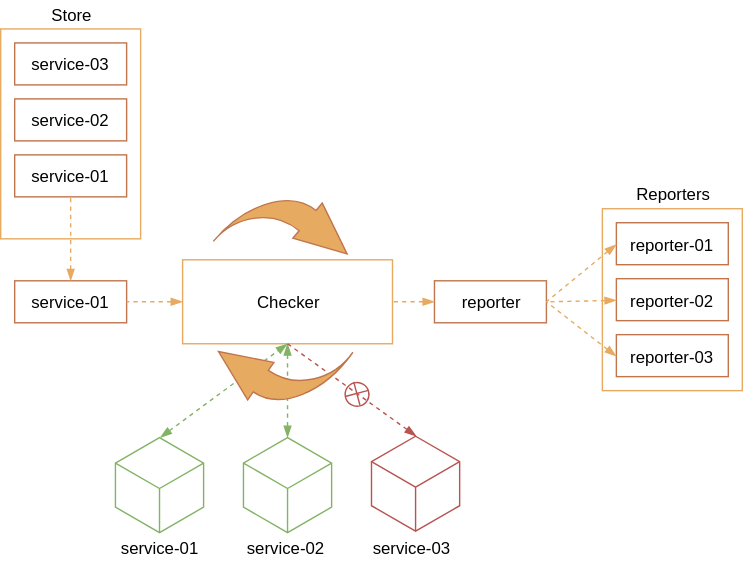
The draw.io diagram website/static/img/overview.svg in dani8art/hygeia-js, before a commit. Source tidied: cells renumbered, new cells last; positions are measured from the earlier drawing's top-left corner, leaving out a move shared by most shapes. Source of this version:
```xml
<mxGraphModel>
  <root>
    <mxCell id="0" />
    <mxCell id="1" parent="0" />
    <mxCell id="2" style="rounded=0;whiteSpace=wrap;html=1;strokeColor=#E7AA61;fillColor=none;fontColor=#000000;" parent="1" vertex="1">
      <mxGeometry y="20" width="100" height="150" as="geometry" />
    </mxCell>
    <mxCell id="3" value="service-03" style="rounded=0;whiteSpace=wrap;html=1;strokeColor=#C0754C;fillColor=none;fontColor=#000000;" parent="1" vertex="1">
      <mxGeometry x="10" y="30" width="80" height="30" as="geometry" />
    </mxCell>
    <mxCell id="4" value="service-02" style="rounded=0;whiteSpace=wrap;html=1;strokeColor=#C0754C;fillColor=none;fontColor=#000000;" parent="1" vertex="1">
      <mxGeometry x="10" y="70" width="80" height="30" as="geometry" />
    </mxCell>
    <mxCell id="5" value="service-01" style="rounded=0;whiteSpace=wrap;html=1;strokeColor=#C0754C;fillColor=none;fontColor=#000000;" parent="1" vertex="1">
      <mxGeometry x="10" y="110" width="80" height="30" as="geometry" />
    </mxCell>
    <mxCell id="6" value="service-01" style="rounded=0;whiteSpace=wrap;html=1;strokeColor=#C0754C;fillColor=none;fontColor=#000000;" parent="1" vertex="1">
      <mxGeometry x="10" y="200" width="80" height="30" as="geometry" />
    </mxCell>
    <mxCell id="7" style="endArrow=none;dashed=1;html=1;fontColor=#000000;entryX=0.5;entryY=1;entryDx=0;entryDy=0;strokeColor=#E7AA61;startArrow=blockThin;startFill=1;" parent="1" edge="1" source="6" target="5">
      <mxGeometry relative="1" as="geometry" />
    </mxCell>
    <mxCell id="8" value="Checker" style="rounded=0;whiteSpace=wrap;html=1;strokeColor=#E7AA61;fillColor=none;fontColor=#000000;rotation=0;" parent="1" vertex="1">
      <mxGeometry x="130" y="185" width="150" height="60" as="geometry" />
    </mxCell>
    <mxCell id="9" style="endArrow=none;dashed=1;html=1;fontColor=#000000;entryX=1;entryY=0.5;entryDx=0;entryDy=0;strokeColor=#E7AA61;startArrow=blockThin;startFill=1;exitX=0;exitY=0.5;exitDx=0;exitDy=0;" parent="1" edge="1" source="8" target="6">
      <mxGeometry relative="1" as="geometry" />
    </mxCell>
    <mxCell id="10" style="html=1;shadow=0;dashed=0;align=center;verticalAlign=middle;shape=mxgraph.arrows2.jumpInArrow;dy=9.4;dx=36.89;arrowHead=32.71;strokeColor=#C0754C;fillColor=#E7AA61;fontColor=#000000;rotation=40;" parent="1" vertex="1">
      <mxGeometry x="165.5" y="134.5" width="79" height="71" as="geometry" />
    </mxCell>
    <mxCell id="11" style="html=1;whiteSpace=wrap;shape=isoCube;backgroundOutline=1;strokeColor=#82b366;fillColor=none;" parent="1" vertex="1">
      <mxGeometry x="82" y="311" width="63" height="70" as="geometry" />
    </mxCell>
    <mxCell id="12" style="html=1;whiteSpace=wrap;shape=isoCube;backgroundOutline=1;strokeColor=#82b366;fillColor=none;" parent="1" vertex="1">
      <mxGeometry x="173.5" y="311" width="63" height="70" as="geometry" />
    </mxCell>
    <mxCell id="13" style="html=1;whiteSpace=wrap;shape=isoCube;backgroundOutline=1;strokeColor=#b85450;fillColor=none;" parent="1" vertex="1">
      <mxGeometry x="265" y="310" width="63" height="70" as="geometry" />
    </mxCell>
    <mxCell id="14" style="endArrow=blockThin;dashed=1;html=1;fontColor=#000000;strokeColor=#82b366;startArrow=blockThin;startFill=1;entryX=0.5;entryY=1;entryDx=0;entryDy=0;exitX=0;exitY=0;exitDx=31.5;exitDy=1.0634665205267897;exitPerimeter=0;fillColor=#d5e8d4;endFill=1;" parent="1" edge="1" source="11" target="8">
      <mxGeometry relative="1" as="geometry" />
    </mxCell>
    <mxCell id="15" style="endArrow=blockThin;dashed=1;html=1;fontColor=#000000;strokeColor=#82b366;startArrow=blockThin;startFill=1;exitX=0;exitY=0;exitDx=31.5;exitDy=1.0634665205267897;exitPerimeter=0;entryX=0.5;entryY=1;entryDx=0;entryDy=0;fillColor=#d5e8d4;endFill=1;" parent="1" edge="1" source="12" target="8">
      <mxGeometry relative="1" as="geometry" />
    </mxCell>
    <mxCell id="16" style="endArrow=none;dashed=1;html=1;fontColor=#000000;strokeColor=#b85450;startArrow=blockThin;startFill=1;exitX=0;exitY=0;exitDx=31.5;exitDy=1.0634665205267897;exitPerimeter=0;entryX=0.5;entryY=1;entryDx=0;entryDy=0;fillColor=#f8cecc;" parent="1" edge="1" source="13" target="8">
      <mxGeometry relative="1" as="geometry" />
    </mxCell>
    <mxCell id="17" value="service-01" style="text;html=1;strokeColor=none;fillColor=none;align=center;verticalAlign=middle;whiteSpace=wrap;rounded=0;fontColor=#000000;" parent="1" vertex="1">
      <mxGeometry x="73.5" y="381" width="80" height="20" as="geometry" />
    </mxCell>
    <mxCell id="18" value="service-02" style="text;html=1;strokeColor=none;fillColor=none;align=center;verticalAlign=middle;whiteSpace=wrap;rounded=0;fontColor=#000000;" parent="1" vertex="1">
      <mxGeometry x="163.5" y="381" width="80" height="20" as="geometry" />
    </mxCell>
    <mxCell id="19" value="service-03" style="text;html=1;strokeColor=none;fillColor=none;align=center;verticalAlign=middle;whiteSpace=wrap;rounded=0;fontColor=#000000;" parent="1" vertex="1">
      <mxGeometry x="253.5" y="381" width="80" height="20" as="geometry" />
    </mxCell>
    <mxCell id="20" style="html=1;shadow=0;dashed=0;align=center;verticalAlign=middle;shape=mxgraph.arrows2.jumpInArrow;dy=9.4;dx=36.89;arrowHead=32.71;strokeColor=#C0754C;fillColor=#E7AA61;fontColor=#000000;rotation=-145;" parent="1" vertex="1">
      <mxGeometry x="159.5" y="222" width="79" height="71" as="geometry" />
    </mxCell>
    <mxCell id="21" value="Store" style="text;html=1;strokeColor=none;fillColor=none;align=center;verticalAlign=middle;whiteSpace=wrap;rounded=0;fontColor=#000000;" parent="1" vertex="1">
      <mxGeometry x="10" width="80" height="20" as="geometry" />
    </mxCell>
    <mxCell id="22" style="rounded=0;whiteSpace=wrap;html=1;strokeColor=#E7AA61;fillColor=none;fontColor=#000000;" parent="1" vertex="1">
      <mxGeometry x="430" y="148.5" width="100" height="130" as="geometry" />
    </mxCell>
    <mxCell id="23" style="shape=sumEllipse;perimeter=ellipsePerimeter;whiteSpace=wrap;html=1;backgroundOutline=1;strokeColor=#b85450;fillColor=none;rotation=30;" parent="1" vertex="1">
      <mxGeometry x="246" y="272" width="17" height="17" as="geometry" />
    </mxCell>
    <mxCell id="24" value="reporter" style="rounded=0;whiteSpace=wrap;html=1;strokeColor=#C0754C;fillColor=none;fontColor=#000000;" parent="1" vertex="1">
      <mxGeometry x="310" y="200" width="80" height="30" as="geometry" />
    </mxCell>
    <mxCell id="25" style="endArrow=none;dashed=1;html=1;fontColor=#000000;entryX=1;entryY=0.5;entryDx=0;entryDy=0;strokeColor=#E7AA61;startArrow=blockThin;startFill=1;exitX=0;exitY=0.5;exitDx=0;exitDy=0;" parent="1" edge="1" source="24" target="8">
      <mxGeometry relative="1" as="geometry" />
    </mxCell>
    <mxCell id="26" value="reporter-01" style="rounded=0;whiteSpace=wrap;html=1;strokeColor=#C0754C;fillColor=none;fontColor=#000000;" parent="1" vertex="1">
      <mxGeometry x="440" y="158.5" width="80" height="30" as="geometry" />
    </mxCell>
    <mxCell id="27" value="reporter-02" style="rounded=0;whiteSpace=wrap;html=1;strokeColor=#C0754C;fillColor=none;fontColor=#000000;" parent="1" vertex="1">
      <mxGeometry x="440" y="198.5" width="80" height="30" as="geometry" />
    </mxCell>
    <mxCell id="28" value="reporter-03" style="rounded=0;whiteSpace=wrap;html=1;strokeColor=#C0754C;fillColor=none;fontColor=#000000;" parent="1" vertex="1">
      <mxGeometry x="440" y="238.5" width="80" height="30" as="geometry" />
    </mxCell>
    <mxCell id="29" style="endArrow=none;dashed=1;html=1;fontColor=#000000;entryX=1;entryY=0.5;entryDx=0;entryDy=0;strokeColor=#E7AA61;startArrow=blockThin;startFill=1;exitX=0;exitY=0.5;exitDx=0;exitDy=0;" parent="1" edge="1" source="26" target="24">
      <mxGeometry relative="1" as="geometry" />
    </mxCell>
    <mxCell id="30" style="endArrow=none;dashed=1;html=1;fontColor=#000000;entryX=1;entryY=0.5;entryDx=0;entryDy=0;strokeColor=#E7AA61;startArrow=blockThin;startFill=1;exitX=0;exitY=0.5;exitDx=0;exitDy=0;" parent="1" edge="1" source="27" target="24">
      <mxGeometry relative="1" as="geometry" />
    </mxCell>
    <mxCell id="31" style="endArrow=none;dashed=1;html=1;fontColor=#000000;entryX=1;entryY=0.5;entryDx=0;entryDy=0;strokeColor=#E7AA61;startArrow=blockThin;startFill=1;exitX=0;exitY=0.5;exitDx=0;exitDy=0;" parent="1" edge="1" source="28" target="24">
      <mxGeometry relative="1" as="geometry" />
    </mxCell>
    <mxCell id="32" value="Reporters" style="text;html=1;strokeColor=none;fillColor=none;align=center;verticalAlign=middle;whiteSpace=wrap;rounded=0;fontColor=#000000;" parent="1" vertex="1">
      <mxGeometry x="440" y="128" width="80" height="20" as="geometry" />
    </mxCell>
  </root>
</mxGraphModel>
```
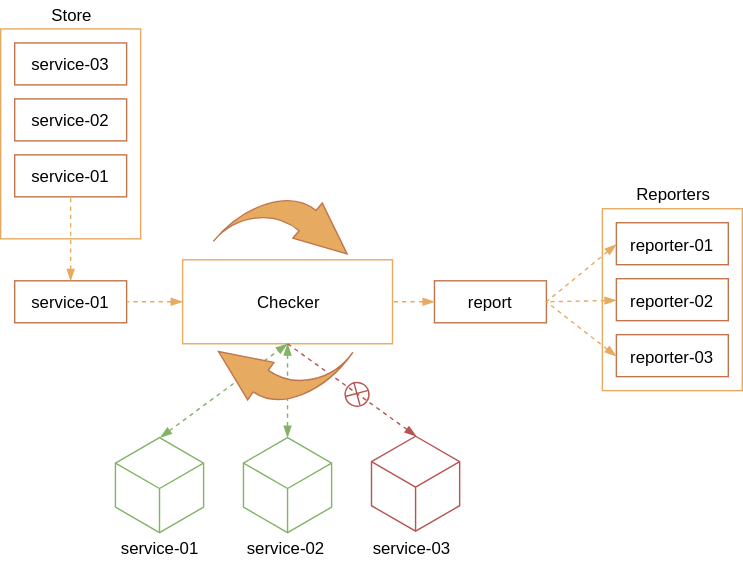
Above is the later version.

The edit, as a diff of the source:
```diff
@@ -68,7 +68,7 @@
     <mxCell id="23" style="shape=sumEllipse;perimeter=ellipsePerimeter;whiteSpace=wrap;html=1;backgroundOutline=1;strokeColor=#b85450;fillColor=none;rotation=30;" parent="1" vertex="1">
       <mxGeometry x="246" y="272" width="17" height="17" as="geometry" />
     </mxCell>
-    <mxCell id="24" value="reporter" style="rounded=0;whiteSpace=wrap;html=1;strokeColor=#C0754C;fillColor=none;fontColor=#000000;" parent="1" vertex="1">
+    <mxCell id="24" value="report" style="rounded=0;whiteSpace=wrap;html=1;strokeColor=#C0754C;fillColor=none;fontColor=#000000;" parent="1" vertex="1">
       <mxGeometry x="310" y="200" width="80" height="30" as="geometry" />
     </mxCell>
     <mxCell id="25" style="endArrow=none;dashed=1;html=1;fontColor=#000000;entryX=1;entryY=0.5;entryDx=0;entryDy=0;strokeColor=#E7AA61;startArrow=blockThin;startFill=1;exitX=0;exitY=0.5;exitDx=0;exitDy=0;" parent="1" edge="1" source="24" target="8">
```
